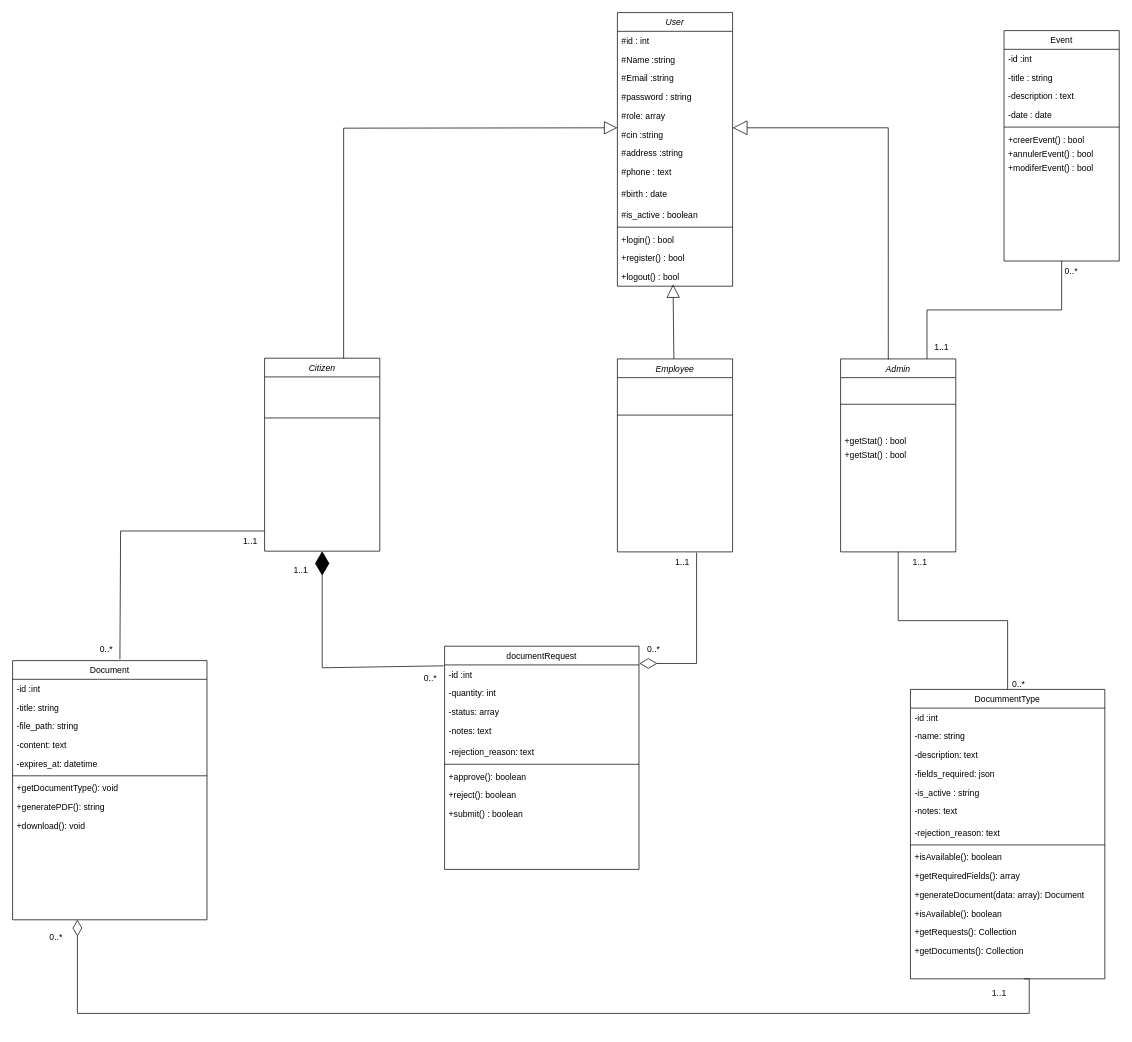
Earlier version of the draw.io diagram UML/Diagramme sans nom.drawio (Abdelmoudiri/CommuneFacile). Source tidied: cells renumbered, new cells numbered last; positions are measured from the earlier drawing's top-left corner, leaving out a move shared by most shapes. Both pictures are drawn from the tidied source at 72%, with x=0, y=0 at pixel (12, 12).
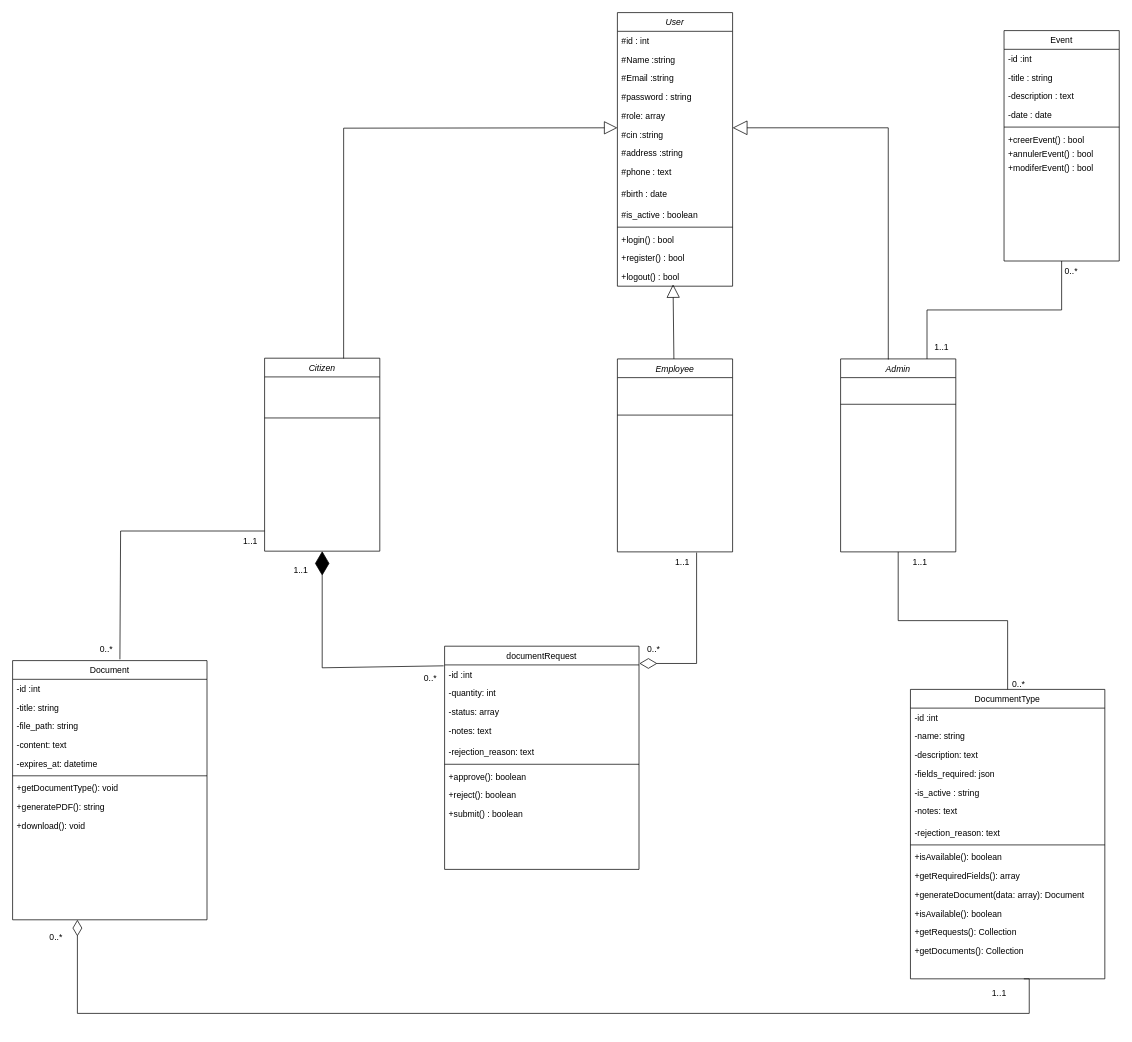
After the change.

Unchanged cells that the change refers to:
```xml
<mxCell id="69" value="Admin" style="swimlane;fontStyle=2;align=center;verticalAlign=top;horizontal=1;startSize=26;rounded=0;shadow=0;strokeWidth=1;" parent="1" vertex="1">
  <mxGeometry x="1150" y="481" width="160" height="268" as="geometry" />
</mxCell>
```

Change to the diagram source:
```diff
@@
-    <mxCell id="71" value="+getStat() : bool" style="text;align=left;verticalAlign=top;spacingLeft=4;spacingRight=4;overflow=hidden;rounded=0;shadow=0;html=0;" parent="69" vertex="1">
-      <mxGeometry y="100" width="160" height="20" as="geometry" />
-    </mxCell>
-    <mxCell id="72" value="+getStat() : bool" style="text;align=left;verticalAlign=top;spacingLeft=4;spacingRight=4;overflow=hidden;rounded=0;shadow=0;html=0;" parent="69" vertex="1">
-      <mxGeometry y="120" width="160" height="20" as="geometry" />
-    </mxCell>
```
